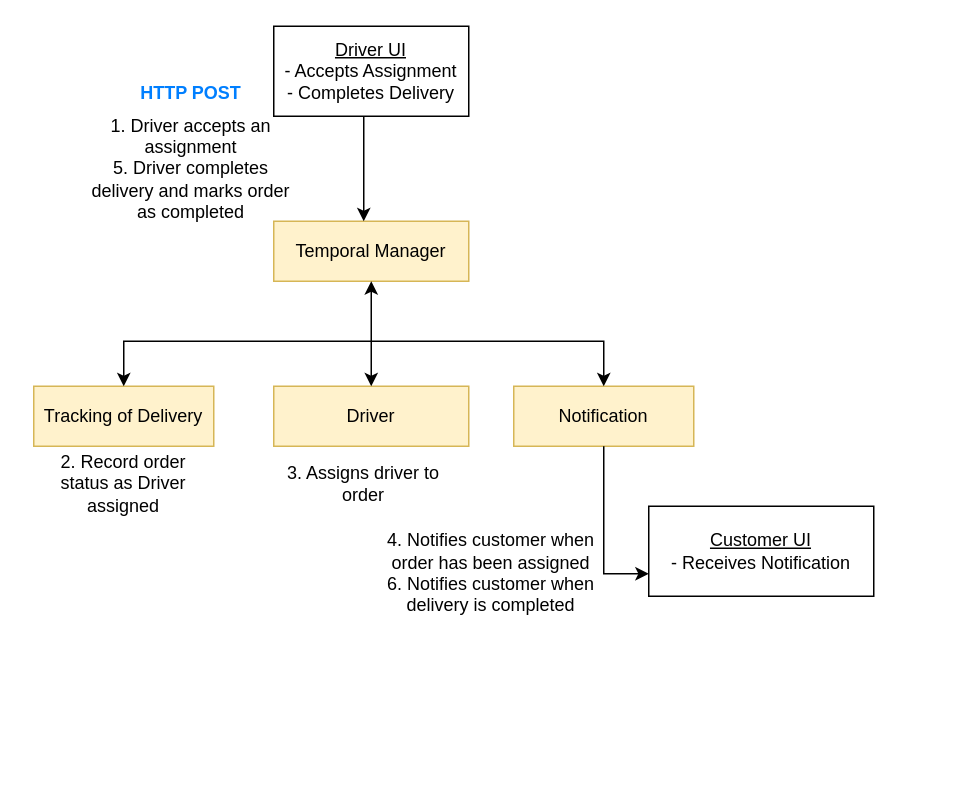
Before: diagrams/DriverChecksAssignment2.drawio in darkliyznyanlin910/esd-2425T2, a draw.io diagram. Source tidied: cells renumbered, new cells numbered last; positions are measured from the earlier drawing's top-left corner, leaving out a move shared by most shapes. Both pictures are drawn from the tidied source at 150%, with x=0, y=0 at pixel (33, 26).
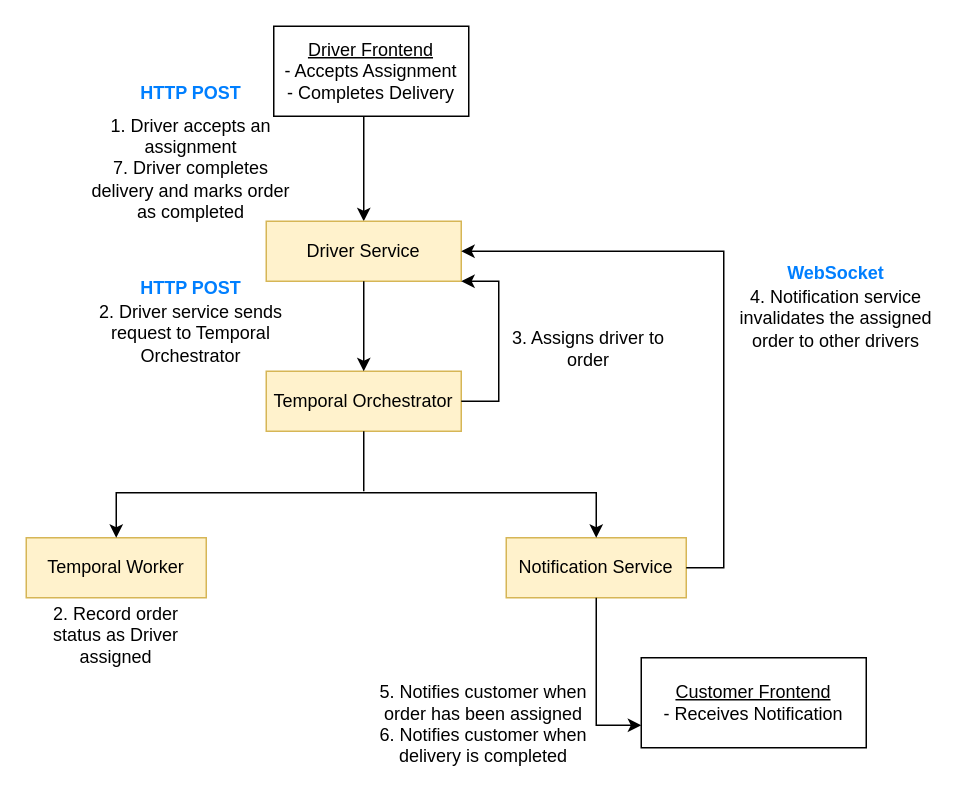
After the change.

Commit message (it also covers changes not shown here):
Updated DriverChecksAssignment Diagrams

Diff of the diagram source:
```diff
@@
-    <mxCell id="2" value="&lt;u&gt;Driver UI&lt;/u&gt;&lt;div&gt;- Accepts Assignment&lt;/div&gt;&lt;div&gt;- Completes Delivery&lt;/div&gt;" style="rounded=0;whiteSpace=wrap;html=1;" parent="1" vertex="1">
+    <mxCell id="2" value="&lt;u&gt;Driver Frontend&lt;/u&gt;&lt;div&gt;- Accepts Assignment&lt;/div&gt;&lt;div&gt;- Completes Delivery&lt;/div&gt;" style="rounded=0;whiteSpace=wrap;html=1;" parent="1" vertex="1">
       <mxGeometry x="160" width="130" height="60" as="geometry" />
     </mxCell>
-    <mxCell id="3" value="Temporal Manager" style="rounded=0;whiteSpace=wrap;html=1;fillColor=#fff2cc;strokeColor=#d6b656;" parent="1" vertex="1">
-      <mxGeometry x="160" y="130" width="130" height="40" as="geometry" />
+    <mxCell id="3" value="Temporal Orchestrator" style="rounded=0;whiteSpace=wrap;html=1;fillColor=#fff2cc;strokeColor=#d6b656;" parent="1" vertex="1">
+      <mxGeometry x="155" y="230" width="130" height="40" as="geometry" />
     </mxCell>
-    <mxCell id="4" value="1. Driver accepts an assignment&lt;div&gt;5. Driver completes delivery and marks order as completed&lt;/div&gt;" style="text;html=1;align=center;verticalAlign=middle;whiteSpace=wrap;rounded=0;" parent="1" vertex="1">
+    <mxCell id="4" value="1. Driver accepts an assignment&lt;div&gt;7. Driver completes delivery and marks order as completed&lt;/div&gt;" style="text;html=1;align=center;verticalAlign=middle;whiteSpace=wrap;rounded=0;" parent="1" vertex="1">
       <mxGeometry x="30" y="80" width="150" height="30" as="geometry" />
     </mxCell>
@@
-    <mxCell id="7" value="Tracking of Delivery" style="rounded=0;whiteSpace=wrap;html=1;fillColor=#fff2cc;strokeColor=#d6b656;" parent="1" vertex="1">
-      <mxGeometry y="240" width="120" height="40" as="geometry" />
+    <mxCell id="7" value="Temporal Worker" style="rounded=0;whiteSpace=wrap;html=1;fillColor=#fff2cc;strokeColor=#d6b656;" parent="1" vertex="1">
+      <mxGeometry x="-5" y="341" width="120" height="40" as="geometry" />
     </mxCell>
-    <mxCell id="8" value="Driver" style="rounded=0;whiteSpace=wrap;html=1;fillColor=#fff2cc;strokeColor=#d6b656;" parent="1" vertex="1">
-      <mxGeometry x="160" y="240" width="130" height="40" as="geometry" />
-    </mxCell>
-    <mxCell id="9" value="Notification" style="rounded=0;whiteSpace=wrap;html=1;fillColor=#fff2cc;strokeColor=#d6b656;" parent="1" vertex="1">
-      <mxGeometry x="320" y="240" width="120" height="40" as="geometry" />
+    <mxCell id="9" value="Notification Service" style="rounded=0;whiteSpace=wrap;html=1;fillColor=#fff2cc;strokeColor=#d6b656;" parent="1" vertex="1">
+      <mxGeometry x="315" y="341" width="120" height="40" as="geometry" />
     </mxCell>
     <mxCell id="10" style="endArrow=classic;startArrow=classic;html=1;rounded=0;exitX=0.5;exitY=0;exitDx=0;exitDy=0;entryX=0.5;entryY=0;entryDx=0;entryDy=0;" parent="1" edge="1" source="7" target="9">
       <mxGeometry relative="1" as="geometry">
         <Array as="points">
-          <mxPoint x="60" y="210" />
-          <mxPoint x="200" y="210" />
-          <mxPoint x="380" y="210" />
+          <mxPoint x="55" y="311" />
+          <mxPoint x="195" y="311" />
+          <mxPoint x="375" y="311" />
         </Array>
       </mxGeometry>
     </mxCell>
-    <mxCell id="11" value="&lt;div&gt;&lt;u&gt;Customer UI&lt;/u&gt;&lt;/div&gt;&lt;div&gt;- Receives Notification&lt;/div&gt;" style="rounded=0;whiteSpace=wrap;html=1;" parent="1" vertex="1">
-      <mxGeometry x="410" y="320" width="150" height="60" as="geometry" />
+    <mxCell id="11" value="&lt;div&gt;&lt;u&gt;Customer Frontend&lt;/u&gt;&lt;/div&gt;&lt;div&gt;- Receives Notification&lt;/div&gt;" style="rounded=0;whiteSpace=wrap;html=1;" parent="1" vertex="1">
+      <mxGeometry x="405" y="421" width="150" height="60" as="geometry" />
     </mxCell>
-    <mxCell id="12" style="endArrow=classic;startArrow=classic;html=1;rounded=0;entryX=0.5;entryY=1;entryDx=0;entryDy=0;exitX=0.5;exitY=0;exitDx=0;exitDy=0;" parent="1" edge="1" source="8" target="3">
-      <mxGeometry relative="1" as="geometry" />
-    </mxCell>
     <mxCell id="13" value="2. Record order status as Driver assigned" style="text;html=1;align=center;verticalAlign=middle;whiteSpace=wrap;rounded=0;" parent="1" vertex="1">
-      <mxGeometry x="5" y="290" width="110" height="30" as="geometry" />
+      <mxGeometry y="391" width="110" height="30" as="geometry" />
     </mxCell>
     <mxCell id="14" value="3. Assigns driver to order" style="text;html=1;align=center;verticalAlign=middle;whiteSpace=wrap;rounded=0;" parent="1" vertex="1">
-      <mxGeometry x="165" y="290" width="110" height="30" as="geometry" />
+      <mxGeometry x="315" y="200" width="110" height="30" as="geometry" />
     </mxCell>
-    <mxCell id="15" value="&lt;div&gt;&lt;br&gt;&lt;/div&gt;&lt;div&gt;&lt;br&gt;&lt;/div&gt;4. Notifies customer when order has been assigned&lt;div&gt;6. Notifies customer when delivery is completed&lt;/div&gt;" style="text;html=1;align=center;verticalAlign=middle;whiteSpace=wrap;rounded=0;" parent="1" vertex="1">
-      <mxGeometry x="220" y="335" width="170" height="30" as="geometry" />
+    <mxCell id="15" value="&lt;div&gt;&lt;br&gt;&lt;/div&gt;&lt;div&gt;&lt;br&gt;&lt;/div&gt;5. Notifies customer when order has been assigned&lt;div&gt;6. Notifies customer when delivery is completed&lt;/div&gt;" style="text;html=1;align=center;verticalAlign=middle;whiteSpace=wrap;rounded=0;" parent="1" vertex="1">
+      <mxGeometry x="215" y="436" width="170" height="30" as="geometry" />
     </mxCell>
     <mxCell id="16" style="endArrow=classic;html=1;rounded=0;entryX=0;entryY=0.75;entryDx=0;entryDy=0;exitX=0.5;exitY=1;exitDx=0;exitDy=0;" parent="1" edge="1" source="9" target="11">
       <mxGeometry relative="1" as="geometry">
         <Array as="points">
-          <mxPoint x="380" y="365" />
+          <mxPoint x="375" y="466" />
         </Array>
       </mxGeometry>
     </mxCell>
+    <mxCell id="17" value="Driver Service" style="rounded=0;whiteSpace=wrap;html=1;fillColor=#fff2cc;strokeColor=#d6b656;" parent="1" vertex="1">
+      <mxGeometry x="155" y="130" width="130" height="40" as="geometry" />
+    </mxCell>
+    <mxCell id="18" style="endArrow=classic;html=1;rounded=0;exitX=0.5;exitY=1;exitDx=0;exitDy=0;entryX=0.5;entryY=0;entryDx=0;entryDy=0;" parent="1" edge="1" source="17" target="3">
+      <mxGeometry relative="1" as="geometry" />
+    </mxCell>
+    <mxCell id="19" value="&lt;b&gt;HTTP POST&lt;/b&gt;" style="text;html=1;align=center;verticalAlign=middle;whiteSpace=wrap;rounded=0;fontColor=#007FFF;" parent="1" vertex="1">
+      <mxGeometry x="65" y="160" width="80" height="30" as="geometry" />
+    </mxCell>
+    <mxCell id="20" value="2. Driver service sends request to Temporal Orchestrator" style="text;html=1;align=center;verticalAlign=middle;whiteSpace=wrap;rounded=0;" parent="1" vertex="1">
+      <mxGeometry x="30" y="190" width="150" height="30" as="geometry" />
+    </mxCell>
+    <mxCell id="21" style="edgeStyle=orthogonalEdgeStyle;rounded=0;orthogonalLoop=1;jettySize=auto;html=1;exitX=0.5;exitY=1;exitDx=0;exitDy=0;" parent="1" edge="1" source="20" target="20">
+      <mxGeometry relative="1" as="geometry" />
+    </mxCell>
+    <mxCell id="22" style="endArrow=classic;html=1;rounded=0;exitX=1;exitY=0.5;exitDx=0;exitDy=0;entryX=1;entryY=0.5;entryDx=0;entryDy=0;" parent="1" edge="1" source="9" target="17">
+      <mxGeometry relative="1" as="geometry">
+        <Array as="points">
+          <mxPoint x="460" y="361" />
+          <mxPoint x="460" y="150" />
+        </Array>
+      </mxGeometry>
+    </mxCell>
+    <mxCell id="23" value="4. Notification service invalidates the assigned order to other drivers" style="text;html=1;align=center;verticalAlign=middle;whiteSpace=wrap;rounded=0;" parent="1" vertex="1">
+      <mxGeometry x="460" y="180" width="150" height="30" as="geometry" />
+    </mxCell>
+    <mxCell id="24" value="&lt;b&gt;WebSocket&lt;/b&gt;" style="text;html=1;align=center;verticalAlign=middle;whiteSpace=wrap;rounded=0;fontColor=#007FFF;" parent="1" vertex="1">
+      <mxGeometry x="495" y="150" width="80" height="30" as="geometry" />
+    </mxCell>
+    <mxCell id="25" style="endArrow=classic;html=1;rounded=0;exitX=1;exitY=0.5;exitDx=0;exitDy=0;entryX=1;entryY=1;entryDx=0;entryDy=0;" parent="1" edge="1" source="3" target="17">
+      <mxGeometry relative="1" as="geometry">
+        <Array as="points">
+          <mxPoint x="310" y="250" />
+          <mxPoint x="310" y="170" />
+        </Array>
+      </mxGeometry>
+    </mxCell>
+    <mxCell id="26" style="endArrow=none;html=1;rounded=0;entryX=0.5;entryY=1;entryDx=0;entryDy=0;" parent="1" edge="1" target="3">
+      <mxGeometry relative="1" as="geometry">
+        <mxPoint x="220" y="310" as="sourcePoint" />
+      </mxGeometry>
+    </mxCell>
```
